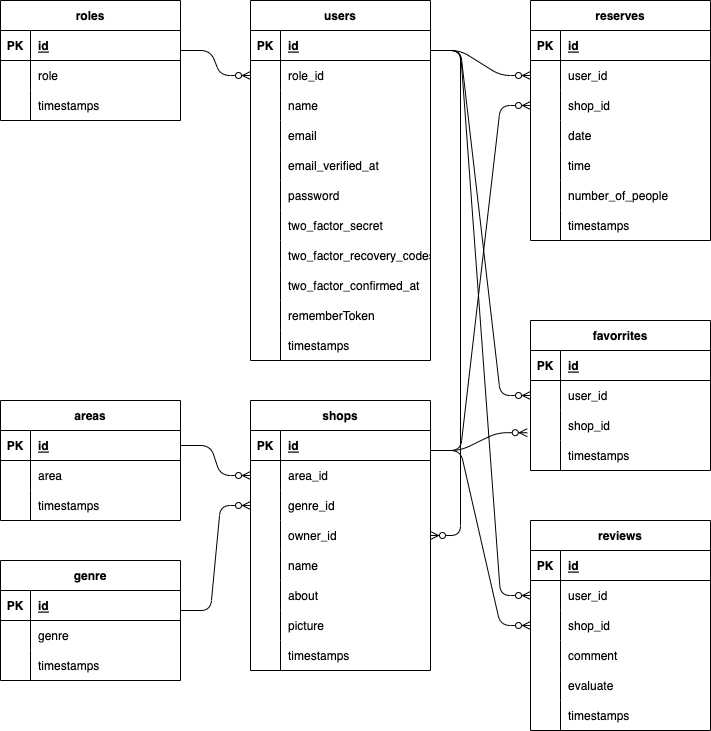
EpilonPhoenix/Rese keeps this draw.io diagram as Req/ER2.drawio.png. Above is the earlier version. Source tidied: cells renumbered, new cells last; positions are measured from the earlier drawing's top-left corner, leaving out a move shared by most shapes.
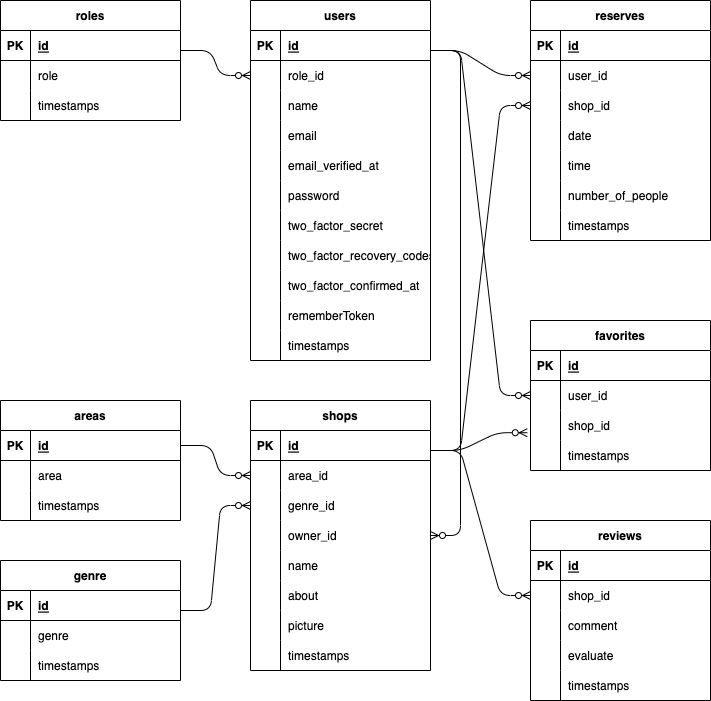
After the change.

What changed in the source:
```diff
@@ -245,7 +245,7 @@
     <mxCell id="82" value="timestamps" style="shape=partialRectangle;fillColor=none;top=0;left=0;bottom=0;right=0;align=left;spacingLeft=6;overflow=hidden;" parent="80" vertex="1">
       <mxGeometry x="30" width="150" height="30" as="geometry" />
     </mxCell>
-    <mxCell id="83" value="favorrites" style="shape=table;startSize=30;rowLines=0;fontStyle=1;align=center;" parent="1" vertex="1">
+    <mxCell id="83" value="favorites" style="shape=table;startSize=30;rowLines=0;fontStyle=1;align=center;" parent="1" vertex="1">
       <mxGeometry x="530" y="320" width="180" height="150" as="geometry" />
     </mxCell>
     <mxCell id="84" style="shape=tableRow;horizontal=0;startSize=0;swimlaneHead=0;swimlaneBody=0;fillColor=none;top=0;left=0;right=0;bottom=1;" parent="83" vertex="1">
@@ -410,7 +410,7 @@
       </mxGeometry>
     </mxCell>
     <mxCell id="133" value="reviews" style="shape=table;startSize=30;rowLines=0;fontStyle=1;align=center;" parent="1" vertex="1">
-      <mxGeometry x="530" y="520" width="180" height="210" as="geometry" />
+      <mxGeometry x="530" y="520" width="180" height="180" as="geometry" />
     </mxCell>
     <mxCell id="134" style="shape=tableRow;horizontal=0;startSize=0;swimlaneHead=0;swimlaneBody=0;fillColor=none;top=0;left=0;right=0;bottom=1;" parent="133" vertex="1">
       <mxGeometry y="30" width="180" height="30" as="geometry" />
@@ -421,17 +421,8 @@
     <mxCell id="136" value="id" style="shape=partialRectangle;fillColor=none;top=0;left=0;bottom=0;right=0;align=left;spacingLeft=6;fontStyle=5;overflow=hidden;" parent="134" vertex="1">
       <mxGeometry x="30" width="150" height="30" as="geometry" />
     </mxCell>
-    <mxCell id="137" style="shape=tableRow;horizontal=0;startSize=0;swimlaneHead=0;swimlaneBody=0;fillColor=none;points=[[0,0.5],[1,0.5]];portConstraint=eastwest;top=0;left=0;right=0;bottom=0;" parent="133" vertex="1">
-      <mxGeometry y="60" width="180" height="30" as="geometry" />
-    </mxCell>
-    <mxCell id="138" style="shape=partialRectangle;fillColor=none;top=0;left=0;bottom=0;right=0;overflow=hidden;" parent="137" vertex="1">
-      <mxGeometry width="30" height="30" as="geometry" />
-    </mxCell>
-    <mxCell id="139" value="user_id" style="shape=partialRectangle;fillColor=none;top=0;left=0;bottom=0;right=0;align=left;spacingLeft=6;overflow=hidden;" parent="137" vertex="1">
-      <mxGeometry x="30" width="150" height="30" as="geometry" />
-    </mxCell>
     <mxCell id="140" style="shape=tableRow;horizontal=0;startSize=0;swimlaneHead=0;swimlaneBody=0;fillColor=none;points=[[0,0.5],[1,0.5]];portConstraint=eastwest;top=0;left=0;right=0;bottom=0;" parent="133" vertex="1">
-      <mxGeometry y="90" width="180" height="30" as="geometry" />
+      <mxGeometry y="60" width="180" height="30" as="geometry" />
     </mxCell>
     <mxCell id="141" style="shape=partialRectangle;fillColor=none;top=0;left=0;bottom=0;right=0;overflow=hidden;" parent="140" vertex="1">
       <mxGeometry width="30" height="30" as="geometry" />
@@ -440,7 +431,7 @@
       <mxGeometry x="30" width="150" height="30" as="geometry" />
     </mxCell>
     <mxCell id="143" style="shape=tableRow;horizontal=0;startSize=0;swimlaneHead=0;swimlaneBody=0;fillColor=none;top=0;left=0;right=0;bottom=0;" parent="133" vertex="1">
-      <mxGeometry y="120" width="180" height="30" as="geometry" />
+      <mxGeometry y="90" width="180" height="30" as="geometry" />
     </mxCell>
     <mxCell id="144" style="shape=partialRectangle;fillColor=none;top=0;left=0;bottom=0;right=0;overflow=hidden;" parent="143" vertex="1">
       <mxGeometry width="30" height="30" as="geometry" />
@@ -449,7 +440,7 @@
       <mxGeometry x="30" width="150" height="30" as="geometry" />
     </mxCell>
     <mxCell id="146" style="shape=tableRow;horizontal=0;startSize=0;swimlaneHead=0;swimlaneBody=0;fillColor=none;top=0;left=0;right=0;bottom=0;" parent="133" vertex="1">
-      <mxGeometry y="150" width="180" height="30" as="geometry" />
+      <mxGeometry y="120" width="180" height="30" as="geometry" />
     </mxCell>
     <mxCell id="147" style="shape=partialRectangle;fillColor=none;top=0;left=0;bottom=0;right=0;overflow=hidden;" parent="146" vertex="1">
       <mxGeometry width="30" height="30" as="geometry" />
@@ -458,7 +449,7 @@
       <mxGeometry x="30" width="150" height="30" as="geometry" />
     </mxCell>
     <mxCell id="149" style="shape=tableRow;horizontal=0;startSize=0;swimlaneHead=0;swimlaneBody=0;fillColor=none;top=0;left=0;right=0;bottom=0;" parent="133" vertex="1">
-      <mxGeometry y="180" width="180" height="30" as="geometry" />
+      <mxGeometry y="150" width="180" height="30" as="geometry" />
     </mxCell>
     <mxCell id="150" style="shape=partialRectangle;fillColor=none;top=0;left=0;bottom=0;right=0;overflow=hidden;" parent="149" vertex="1">
       <mxGeometry width="30" height="30" as="geometry" />
@@ -466,11 +457,6 @@
     <mxCell id="151" value="timestamps" style="shape=partialRectangle;fillColor=none;top=0;left=0;bottom=0;right=0;align=left;spacingLeft=6;overflow=hidden;" parent="149" vertex="1">
       <mxGeometry x="30" width="150" height="30" as="geometry" />
     </mxCell>
-    <mxCell id="152" style="edgeStyle=entityRelationEdgeStyle;fontSize=12;html=1;endArrow=ERzeroToMany;endFill=1;entryX=0;entryY=0.5;entryDx=0;entryDy=0;" parent="1" edge="1" target="137">
-      <mxGeometry relative="1" as="geometry">
-        <mxPoint x="430" y="50" as="sourcePoint" />
-      </mxGeometry>
-    </mxCell>
     <mxCell id="153" style="edgeStyle=entityRelationEdgeStyle;fontSize=12;html=1;endArrow=ERzeroToMany;endFill=1;entryX=0;entryY=0.5;entryDx=0;entryDy=0;" parent="1" edge="1" target="140">
       <mxGeometry relative="1" as="geometry">
         <mxPoint x="430" y="450" as="sourcePoint" />
```
